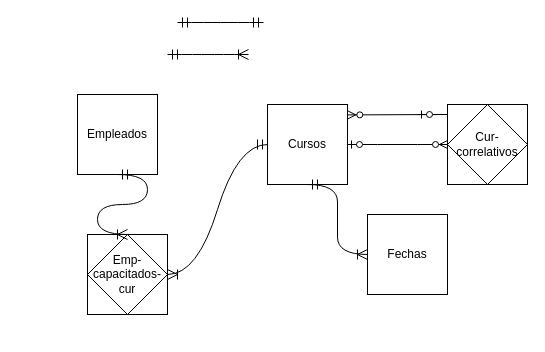
The draw.io diagram Ejercicio4.drawio in Daniel-Ceriana/BD1, before the edit. Source tidied: cells renumbered, new cells numbered last; positions are measured from the earlier drawing's top-left corner, leaving out a move shared by most shapes. Both pictures are drawn from the tidied source at 100%, with x=0, y=0 at pixel (77, -146).
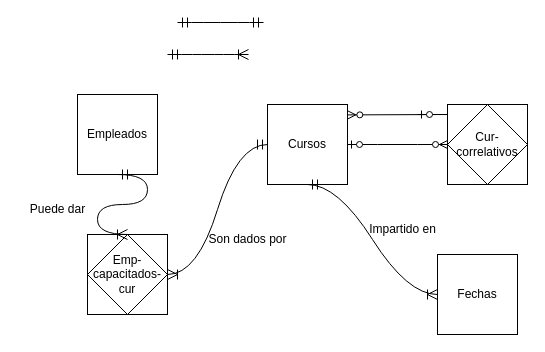
Above is the later version.

Diff of the diagram source:
```diff
@@
     <mxCell id="6" value="Fechas" style="whiteSpace=wrap;html=1;" parent="1" vertex="1">
-      <mxGeometry x="290" y="360" width="80" height="80" as="geometry" />
+      <mxGeometry x="360" y="400" width="80" height="80" as="geometry" />
     </mxCell>
@@
+    <mxCell id="16" value="Puede dar" style="text;html=1;align=center;verticalAlign=middle;strokeColor=none;fillColor=none;" parent="1" vertex="1">
+      <mxGeometry x="-60" y="340" width="80" height="30" as="geometry" />
+    </mxCell>
+    <mxCell id="17" value="Son dados por" style="text;html=1;align=center;verticalAlign=middle;strokeColor=none;fillColor=none;" parent="1" vertex="1">
+      <mxGeometry x="120" y="370" width="100" height="30" as="geometry" />
+    </mxCell>
+    <mxCell id="18" value="Impartido en" style="text;html=1;align=center;verticalAlign=middle;strokeColor=none;fillColor=none;" parent="1" vertex="1">
+      <mxGeometry x="280" y="360" width="90" height="30" as="geometry" />
+    </mxCell>
```
